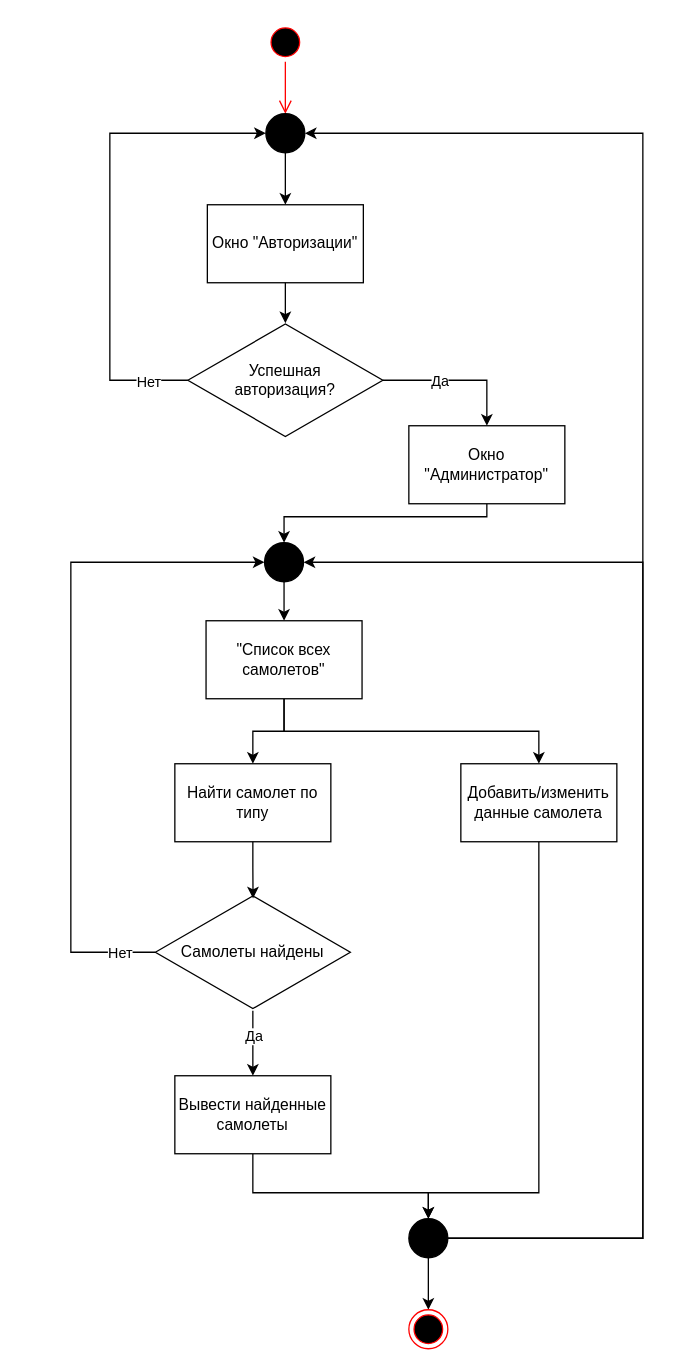
The draw.io diagram page "Админ_прсм_изм_самолетов" (3 of 5) of Диаграммы_drawio/Сценарии_использования.drawio in CCF2P/Backend, before the edit. Source tidied: cells renumbered, new cells numbered last; positions are measured from the earlier drawing's top-left corner, leaving out a move shared by most shapes. Both pictures are drawn from the tidied source at 130%, with x=0, y=0 at pixel (70, 22).
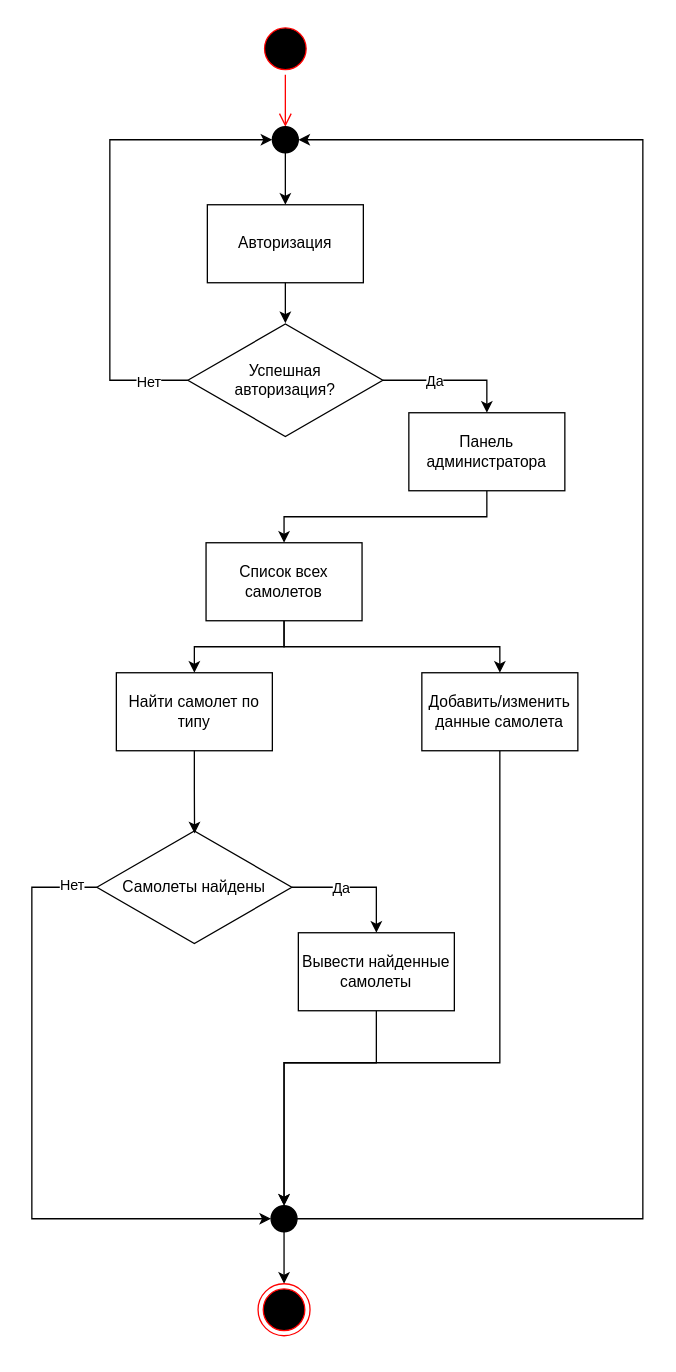
After the change.

The change refers to these unchanged cells:
```xml
<mxCell id="32" value="Успешная&lt;br&gt;авторизация?" style="html=1;whiteSpace=wrap;shape=isoRectangle;" parent="1" vertex="1">
  <mxGeometry x="90" y="230" width="150" height="90" as="geometry" />
</mxCell>
```

What changed in the source:
```diff
@@
-    <mxCell id="2" style="edgeStyle=orthogonalEdgeStyle;rounded=0;jettySize=auto;html=1;exitX=0.5;exitY=1;exitDx=0;exitDy=0;entryX=0.5;entryY=0;entryDx=0;entryDy=0;" parent="1" edge="1" source="3" target="6">
-      <mxGeometry relative="1" as="geometry" />
-    </mxCell>
-    <mxCell id="3" style="ellipse;fillColor=strokeColor;html=1;" parent="1" vertex="1">
-      <mxGeometry x="149" y="400" width="30" height="30" as="geometry" />
-    </mxCell>
@@
-    <mxCell id="6" value="&quot;Список всех самолетов&quot;" style="rounded=0;whiteSpace=wrap;html=1;" parent="1" vertex="1">
-      <mxGeometry x="104" y="460" width="120" height="60" as="geometry" />
+    <mxCell id="6" value="Список всех самолетов" style="rounded=0;whiteSpace=wrap;html=1;" parent="1" vertex="1">
+      <mxGeometry x="104" y="400" width="120" height="60" as="geometry" />
     </mxCell>
     <mxCell id="7" value="Найти самолет по типу" style="rounded=0;whiteSpace=wrap;html=1;" parent="1" vertex="1">
-      <mxGeometry x="80" y="570" width="120" height="60" as="geometry" />
+      <mxGeometry x="35" y="500" width="120" height="60" as="geometry" />
     </mxCell>
@@
-    <mxCell id="10" style="edgeStyle=orthogonalEdgeStyle;rounded=0;jettySize=auto;html=1;entryX=0;entryY=0.5;entryDx=0;entryDy=0;" parent="1" edge="1" source="12" target="3">
-      <mxGeometry relative="1" as="geometry">
-        <Array as="points">
-          <mxPoint y="715" />
-          <mxPoint y="415" />
-        </Array>
-      </mxGeometry>
-    </mxCell>
+    <mxCell id="36" style="edgeStyle=orthogonalEdgeStyle;rounded=0;jettySize=auto;html=1;entryX=0;entryY=0.5;entryDx=0;entryDy=0;" parent="1" edge="1" source="12" target="19">
+      <mxGeometry relative="1" as="geometry">
+        <Array as="points">
+          <mxPoint x="-30" y="665" />
+          <mxPoint x="-30" y="920" />
+        </Array>
+      </mxGeometry>
+    </mxCell>
-    <mxCell id="11" value="Нет" style="edgeLabel;html=1;align=center;verticalAlign=middle;" parent="10" vertex="1">
-      <mxGeometry x="-0.89" relative="1" as="geometry" />
+    <mxCell id="11" value="Нет" style="edgeLabel;html=1;align=center;verticalAlign=middle;" parent="36" vertex="1">
+      <mxGeometry x="-0.92" y="-2" relative="1" as="geometry" />
     </mxCell>
     <mxCell id="12" value="Самолеты найдены" style="html=1;whiteSpace=wrap;shape=isoRectangle;" parent="1" vertex="1">
-      <mxGeometry x="65" y="670" width="150" height="90" as="geometry" />
+      <mxGeometry x="20" y="620" width="150" height="90" as="geometry" />
     </mxCell>
@@
     <mxCell id="14" style="edgeStyle=orthogonalEdgeStyle;rounded=0;jettySize=auto;html=1;exitX=0.5;exitY=1;exitDx=0;exitDy=0;entryX=0.5;entryY=0;entryDx=0;entryDy=0;" parent="1" edge="1" source="15" target="19">
       <mxGeometry relative="1" as="geometry">
         <Array as="points">
-          <mxPoint x="140" y="900" />
-          <mxPoint x="275" y="900" />
+          <mxPoint x="235" y="800" />
+          <mxPoint x="164" y="800" />
         </Array>
       </mxGeometry>
     </mxCell>
     <mxCell id="15" value="Вывести найденные самолеты" style="rounded=0;whiteSpace=wrap;html=1;" parent="1" vertex="1">
-      <mxGeometry x="80" y="810" width="120" height="60" as="geometry" />
+      <mxGeometry x="175" y="700" width="120" height="60" as="geometry" />
     </mxCell>
@@
-    <mxCell id="17" style="edgeStyle=orthogonalEdgeStyle;rounded=0;jettySize=auto;html=1;exitX=1;exitY=0.5;exitDx=0;exitDy=0;entryX=1;entryY=0.5;entryDx=0;entryDy=0;" parent="1" edge="1" source="19" target="3">
-      <mxGeometry relative="1" as="geometry">
-        <Array as="points">
-          <mxPoint x="440" y="935" />
-          <mxPoint x="440" y="415" />
-        </Array>
-      </mxGeometry>
-    </mxCell>
     <mxCell id="18" style="edgeStyle=orthogonalEdgeStyle;rounded=0;jettySize=auto;html=1;exitX=1;exitY=0.5;exitDx=0;exitDy=0;entryX=1;entryY=0.5;entryDx=0;entryDy=0;" parent="1" edge="1" source="19" target="34">
       <mxGeometry relative="1" as="geometry">
         <Array as="points">
-          <mxPoint x="440" y="935" />
-          <mxPoint x="440" y="85" />
+          <mxPoint x="440" y="920" />
+          <mxPoint x="440" y="90" />
         </Array>
       </mxGeometry>
     </mxCell>
     <mxCell id="19" style="ellipse;fillColor=strokeColor;html=1;" parent="1" vertex="1">
-      <mxGeometry x="260" y="920" width="30" height="30" as="geometry" />
+      <mxGeometry x="154" y="910" width="20" height="20" as="geometry" />
     </mxCell>
     <mxCell id="20" style="ellipse;html=1;shape=endState;fillColor=#000000;strokeColor=#ff0000;" parent="1" vertex="1">
-      <mxGeometry x="260" y="990" width="30" height="30" as="geometry" />
+      <mxGeometry x="144" y="970" width="40" height="40" as="geometry" />
     </mxCell>
     <mxCell id="21" style="edgeStyle=orthogonalEdgeStyle;rounded=0;jettySize=auto;html=1;exitX=0.5;exitY=1;exitDx=0;exitDy=0;entryX=0.5;entryY=0;entryDx=0;entryDy=0;" parent="1" edge="1" source="22" target="19">
       <mxGeometry relative="1" as="geometry">
         <Array as="points">
-          <mxPoint x="360" y="900" />
-          <mxPoint x="275" y="900" />
+          <mxPoint x="330" y="800" />
+          <mxPoint x="164" y="800" />
         </Array>
       </mxGeometry>
     </mxCell>
     <mxCell id="22" value="Добавить/изменить данные самолета" style="rounded=0;whiteSpace=wrap;html=1;" parent="1" vertex="1">
-      <mxGeometry x="300" y="570" width="120" height="60" as="geometry" />
+      <mxGeometry x="270" y="500" width="120" height="60" as="geometry" />
     </mxCell>
     <mxCell id="23" style="ellipse;html=1;shape=startState;fillColor=#000000;strokeColor=#ff0000;" parent="1" vertex="1">
-      <mxGeometry x="150" width="30" height="30" as="geometry" />
+      <mxGeometry x="145" width="40" height="40" as="geometry" />
     </mxCell>
@@
-    <mxCell id="25" style="edgeStyle=orthogonalEdgeStyle;rounded=0;jettySize=auto;html=1;exitX=0.5;exitY=1;exitDx=0;exitDy=0;entryX=0.5;entryY=0;entryDx=0;entryDy=0;" parent="1" edge="1" source="26" target="3">
+    <mxCell id="25" style="edgeStyle=orthogonalEdgeStyle;rounded=0;jettySize=auto;html=1;exitX=0.5;exitY=1;exitDx=0;exitDy=0;entryX=0.5;entryY=0;entryDx=0;entryDy=0;" parent="1" edge="1" source="26" target="6">
       <mxGeometry relative="1" as="geometry">
         <Array as="points">
           <mxPoint x="320" y="380" />
           <mxPoint x="164" y="380" />
         </Array>
       </mxGeometry>
     </mxCell>
-    <mxCell id="26" value="Окно &quot;Администратор&quot;" style="rounded=0;whiteSpace=wrap;html=1;" parent="1" vertex="1">
-      <mxGeometry x="260" y="310" width="120" height="60" as="geometry" />
+    <mxCell id="26" value="Панель администратора" style="rounded=0;whiteSpace=wrap;html=1;" parent="1" vertex="1">
+      <mxGeometry x="260" y="300" width="120" height="60" as="geometry" />
     </mxCell>
-    <mxCell id="27" value="Окно &quot;Авторизации&quot;" style="rounded=0;whiteSpace=wrap;html=1;" parent="1" vertex="1">
+    <mxCell id="27" value="Авторизация" style="rounded=0;whiteSpace=wrap;html=1;" parent="1" vertex="1">
       <mxGeometry x="105" y="140" width="120" height="60" as="geometry" />
     </mxCell>
     <mxCell id="28" style="edgeStyle=orthogonalEdgeStyle;rounded=0;jettySize=auto;html=1;entryX=0;entryY=0.5;entryDx=0;entryDy=0;" parent="1" edge="1" source="32" target="34">
       <mxGeometry relative="1" as="geometry">
         <Array as="points">
           <mxPoint x="30" y="275" />
-          <mxPoint x="30" y="85" />
+          <mxPoint x="30" y="90" />
         </Array>
       </mxGeometry>
     </mxCell>
@@
     <mxCell id="34" style="ellipse;fillColor=strokeColor;html=1;" parent="1" vertex="1">
-      <mxGeometry x="150" y="70" width="30" height="30" as="geometry" />
+      <mxGeometry x="155" y="80" width="20" height="20" as="geometry" />
     </mxCell>
```
